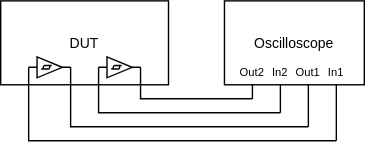
Before: gitfigures/appendix/control_tests/encoder_test_setup.drawio.svg, a diagram exported from draw.io (Niclasapdk/esd5_project). Source tidied: cells renumbered, new cells last; positions are measured from the earlier drawing's top-left corner, leaving out a move shared by most shapes.
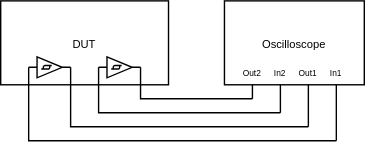
The same diagram one commit later.

Commit message:
encoder test setup

Change to the diagram source:
```diff
@@ -2,10 +2,10 @@
   <root>
     <mxCell id="0" />
     <mxCell id="1" parent="0" />
-    <mxCell id="2" value="&lt;font style=&quot;font-size: 10px;&quot;&gt;DUT&lt;/font&gt;" style="rounded=0;whiteSpace=wrap;html=1;" parent="1" vertex="1">
+    <mxCell id="2" value="&lt;font style=&quot;font-size: 8px;&quot;&gt;DUT&lt;/font&gt;" style="rounded=0;whiteSpace=wrap;html=1;" parent="1" vertex="1">
       <mxGeometry width="120" height="60" as="geometry" />
     </mxCell>
-    <mxCell id="3" value="&lt;font style=&quot;font-size: 10px;&quot;&gt;Oscilloscope&lt;/font&gt;" style="rounded=0;whiteSpace=wrap;html=1;" parent="1" vertex="1">
+    <mxCell id="3" value="&lt;font style=&quot;font-size: 8px;&quot;&gt;Oscilloscope&lt;/font&gt;" style="rounded=0;whiteSpace=wrap;html=1;" parent="1" vertex="1">
       <mxGeometry x="160" width="100" height="60" as="geometry" />
     </mxCell>
     <mxCell id="4" style="endArrow=none;html=1;rounded=0;entryX=1;entryY=0.5;entryDx=0;entryDy=0;entryPerimeter=0;" parent="1" edge="1" target="13">
@@ -72,16 +72,16 @@
     <mxCell id="13" style="verticalLabelPosition=bottom;shadow=0;dashed=0;align=center;html=1;verticalAlign=top;shape=mxgraph.electrical.logic_gates.schmitt_trigger;" parent="1" vertex="1">
       <mxGeometry x="20" y="40" width="30" height="15" as="geometry" />
     </mxCell>
-    <mxCell id="14" value="&lt;font style=&quot;font-size: 8px;&quot;&gt;Out2&lt;/font&gt;" style="text;html=1;align=center;verticalAlign=middle;whiteSpace=wrap;rounded=0;" parent="1" vertex="1">
+    <mxCell id="14" value="&lt;font style=&quot;font-size: 6px;&quot;&gt;Out2&lt;/font&gt;" style="text;html=1;align=center;verticalAlign=middle;whiteSpace=wrap;rounded=0;" parent="1" vertex="1">
       <mxGeometry x="175" y="45" width="10" height="10" as="geometry" />
     </mxCell>
-    <mxCell id="15" value="&lt;font style=&quot;font-size: 8px;&quot;&gt;Out1&lt;/font&gt;" style="text;html=1;align=center;verticalAlign=middle;whiteSpace=wrap;rounded=0;" parent="1" vertex="1">
+    <mxCell id="15" value="&lt;font style=&quot;font-size: 6px;&quot;&gt;Out1&lt;/font&gt;" style="text;html=1;align=center;verticalAlign=middle;whiteSpace=wrap;rounded=0;" parent="1" vertex="1">
       <mxGeometry x="215" y="45" width="10" height="10" as="geometry" />
     </mxCell>
-    <mxCell id="16" value="&lt;font style=&quot;font-size: 8px;&quot;&gt;In2&lt;/font&gt;" style="text;html=1;align=center;verticalAlign=middle;whiteSpace=wrap;rounded=0;" parent="1" vertex="1">
+    <mxCell id="16" value="&lt;font style=&quot;font-size: 6px;&quot;&gt;In2&lt;/font&gt;" style="text;html=1;align=center;verticalAlign=middle;whiteSpace=wrap;rounded=0;" parent="1" vertex="1">
       <mxGeometry x="195" y="45" width="10" height="10" as="geometry" />
     </mxCell>
-    <mxCell id="17" value="&lt;font style=&quot;font-size: 8px;&quot;&gt;In1&lt;/font&gt;" style="text;html=1;align=center;verticalAlign=middle;whiteSpace=wrap;rounded=0;" parent="1" vertex="1">
+    <mxCell id="17" value="&lt;font style=&quot;font-size: 6px;&quot;&gt;In1&lt;/font&gt;" style="text;html=1;align=center;verticalAlign=middle;whiteSpace=wrap;rounded=0;" parent="1" vertex="1">
       <mxGeometry x="235" y="45" width="10" height="10" as="geometry" />
     </mxCell>
   </root>
```
